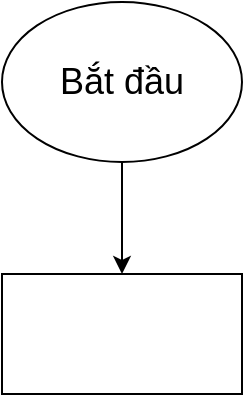
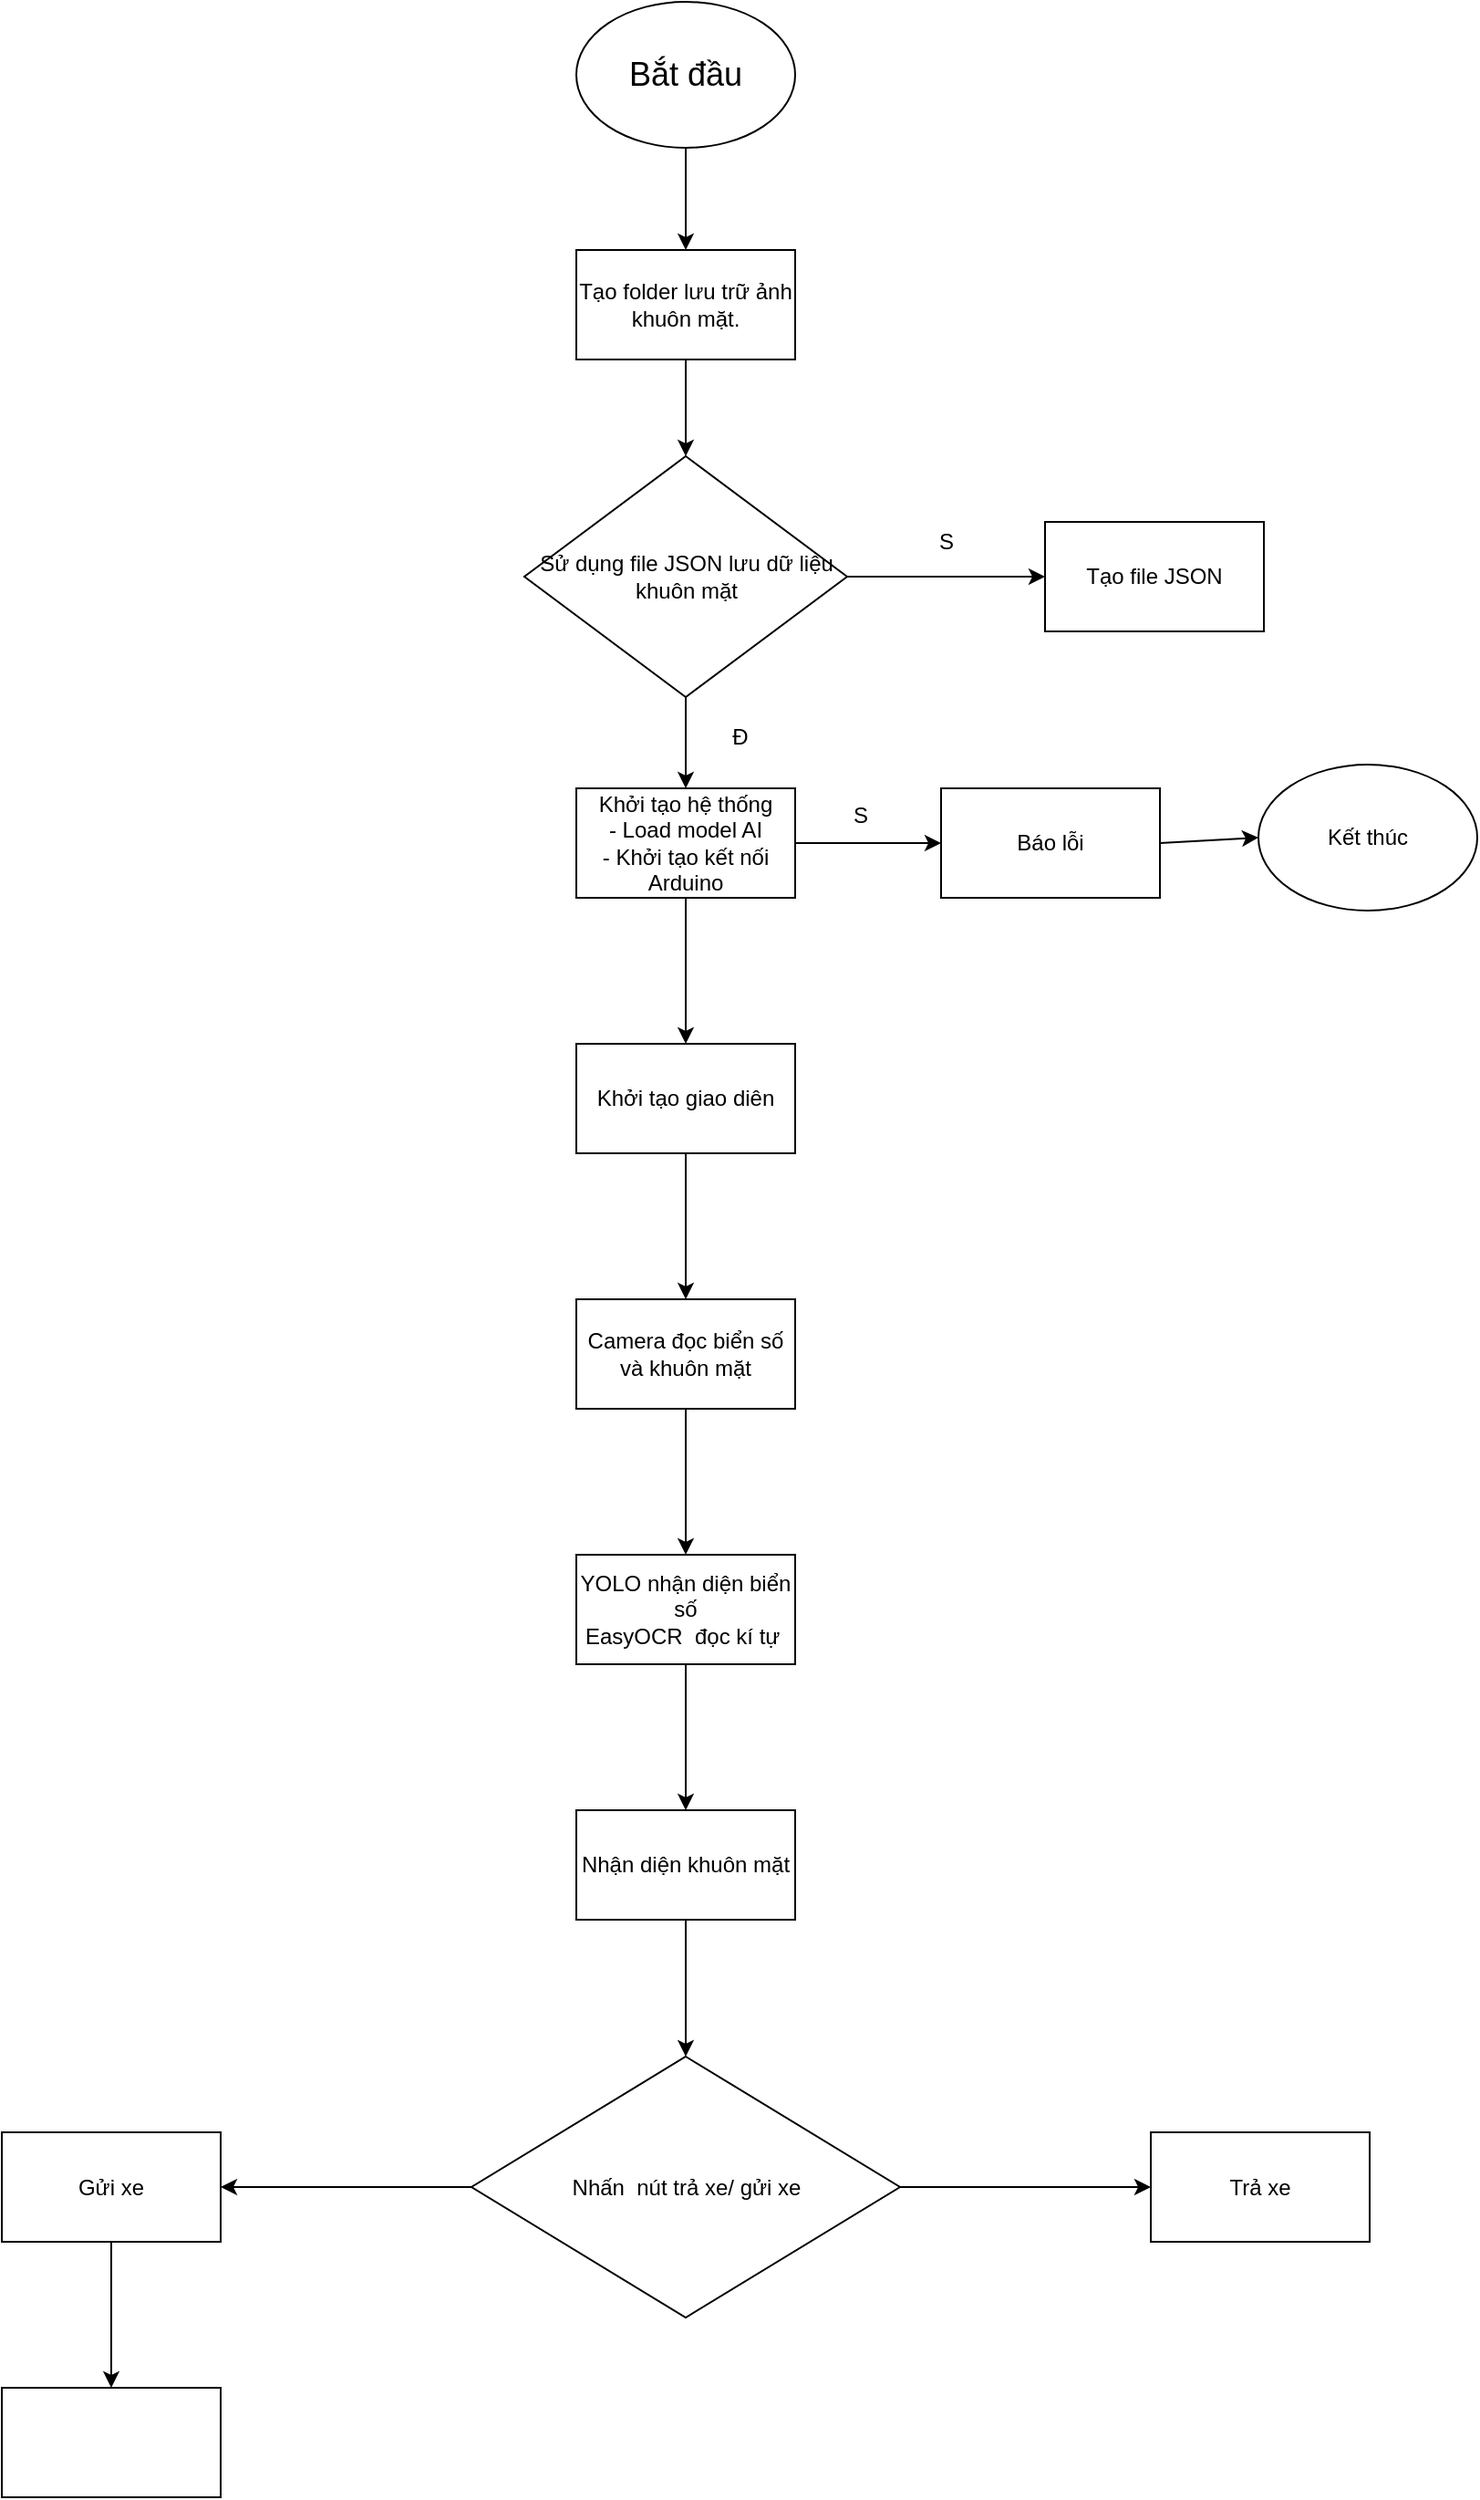
<mxfile host="app.diagrams.net">
  <diagram name="Page-1" id="DGyxEU7Gd1afNDstyDF_">
    <mxGraphModel dx="1572" dy="4168" grid="0" gridSize="10" guides="1" tooltips="1" connect="1" arrows="1" fold="1" page="1" pageScale="1" pageWidth="4681" pageHeight="3300" math="0" shadow="0">
      <root>
        <mxCell id="0" />
        <mxCell id="1" parent="0" />
        <mxCell id="uXg_nnq4Of7ZevpRBYAR-1" parent="1" style="ellipse;whiteSpace=wrap;html=1;" value="&lt;font style=&quot;font-size: 18px;&quot;&gt;Bắt đầu&lt;/font&gt;" vertex="1">
          <mxGeometry height="80" width="120" x="1457" y="-3272" as="geometry" />
        </mxCell>
-         <mxCell id="ARJTMiJBZuqtaoDLN08L-1" parent="1" style="rounded=0;whiteSpace=wrap;html=1;" value="" vertex="1">
+         <mxCell id="ARJTMiJBZuqtaoDLN08L-1" parent="1" style="rounded=0;whiteSpace=wrap;html=1;" value="Tạo folder lưu trữ ảnh khuôn mặt." vertex="1">
          <mxGeometry height="60" width="120" x="1457" y="-3136" as="geometry" />
        </mxCell>
        <mxCell id="ARJTMiJBZuqtaoDLN08L-2" edge="1" parent="1" source="uXg_nnq4Of7ZevpRBYAR-1" style="endArrow=classic;html=1;rounded=0;exitX=0.5;exitY=1;exitDx=0;exitDy=0;" target="ARJTMiJBZuqtaoDLN08L-1" value="">
          <mxGeometry height="50" relative="1" width="50" as="geometry">
            <mxPoint x="1672" y="-2733" as="sourcePoint" />
            <mxPoint x="1722" y="-2783" as="targetPoint" />
          </mxGeometry>
        </mxCell>
+         <mxCell id="ARJTMiJBZuqtaoDLN08L-15" edge="1" parent="1" source="ARJTMiJBZuqtaoDLN08L-4" style="edgeStyle=orthogonalEdgeStyle;rounded=0;orthogonalLoop=1;jettySize=auto;html=1;" target="ARJTMiJBZuqtaoDLN08L-14" value="">
+           <mxGeometry relative="1" as="geometry" />
+         </mxCell>
+         <mxCell id="ARJTMiJBZuqtaoDLN08L-20" edge="1" parent="1" source="ARJTMiJBZuqtaoDLN08L-4" style="edgeStyle=orthogonalEdgeStyle;rounded=0;orthogonalLoop=1;jettySize=auto;html=1;" target="ARJTMiJBZuqtaoDLN08L-19" value="">
+           <mxGeometry relative="1" as="geometry" />
+         </mxCell>
+         <mxCell id="ARJTMiJBZuqtaoDLN08L-4" parent="1" style="whiteSpace=wrap;html=1;rounded=0;" value="Khởi tạo hệ thống&lt;div&gt;- Load model AI&lt;/div&gt;&lt;div&gt;- Khởi tạo kết nối Arduino&lt;/div&gt;" vertex="1">
+           <mxGeometry height="60" width="120" x="1457" y="-2841" as="geometry" />
+         </mxCell>
+         <mxCell id="ARJTMiJBZuqtaoDLN08L-9" edge="1" parent="1" source="ARJTMiJBZuqtaoDLN08L-6" style="edgeStyle=orthogonalEdgeStyle;rounded=0;orthogonalLoop=1;jettySize=auto;html=1;" target="ARJTMiJBZuqtaoDLN08L-8" value="">
+           <mxGeometry relative="1" as="geometry" />
+         </mxCell>
+         <mxCell id="ARJTMiJBZuqtaoDLN08L-6" parent="1" style="rhombus;whiteSpace=wrap;html=1;" value="Sử dụng file JSON lưu dữ liệu khuôn mặt" vertex="1">
+           <mxGeometry height="132" width="177" x="1428.5" y="-3023" as="geometry" />
+         </mxCell>
+         <mxCell id="ARJTMiJBZuqtaoDLN08L-8" parent="1" style="whiteSpace=wrap;html=1;" value="Tạo file JSON" vertex="1">
+           <mxGeometry height="60" width="120" x="1714" y="-2987" as="geometry" />
+         </mxCell>
+         <mxCell id="ARJTMiJBZuqtaoDLN08L-10" edge="1" parent="1" source="ARJTMiJBZuqtaoDLN08L-1" style="endArrow=classic;html=1;rounded=0;exitX=0.5;exitY=1;exitDx=0;exitDy=0;" target="ARJTMiJBZuqtaoDLN08L-6" value="">
+           <mxGeometry height="50" relative="1" width="50" as="geometry">
+             <mxPoint x="1592" y="-2809" as="sourcePoint" />
+             <mxPoint x="1642" y="-2859" as="targetPoint" />
+           </mxGeometry>
+         </mxCell>
+         <mxCell id="ARJTMiJBZuqtaoDLN08L-11" parent="1" style="text;html=1;whiteSpace=wrap;strokeColor=none;fillColor=none;align=center;verticalAlign=middle;rounded=0;" value="S" vertex="1">
+           <mxGeometry height="30" width="60" x="1630" y="-2991" as="geometry" />
+         </mxCell>
+         <mxCell id="ARJTMiJBZuqtaoDLN08L-12" edge="1" parent="1" source="ARJTMiJBZuqtaoDLN08L-6" style="endArrow=classic;html=1;rounded=0;exitX=0.5;exitY=1;exitDx=0;exitDy=0;" target="ARJTMiJBZuqtaoDLN08L-4" value="">
+           <mxGeometry height="50" relative="1" width="50" as="geometry">
+             <mxPoint x="1592" y="-2809" as="sourcePoint" />
+             <mxPoint x="1642" y="-2859" as="targetPoint" />
+           </mxGeometry>
+         </mxCell>
+         <mxCell id="ARJTMiJBZuqtaoDLN08L-13" parent="1" style="text;html=1;whiteSpace=wrap;strokeColor=none;fillColor=none;align=center;verticalAlign=middle;rounded=0;" value="Đ" vertex="1">
+           <mxGeometry height="30" width="60" x="1517" y="-2884" as="geometry" />
+         </mxCell>
+         <mxCell id="ARJTMiJBZuqtaoDLN08L-14" parent="1" style="whiteSpace=wrap;html=1;rounded=0;" value="Báo lỗi" vertex="1">
+           <mxGeometry height="60" width="120" x="1657" y="-2841" as="geometry" />
+         </mxCell>
+         <mxCell id="ARJTMiJBZuqtaoDLN08L-16" parent="1" style="ellipse;whiteSpace=wrap;html=1;" value="Kết thúc" vertex="1">
+           <mxGeometry height="80" width="120" x="1831" y="-2854" as="geometry" />
+         </mxCell>
+         <mxCell id="ARJTMiJBZuqtaoDLN08L-17" edge="1" parent="1" source="ARJTMiJBZuqtaoDLN08L-14" style="endArrow=classic;html=1;rounded=0;exitX=1;exitY=0.5;exitDx=0;exitDy=0;entryX=0;entryY=0.5;entryDx=0;entryDy=0;" target="ARJTMiJBZuqtaoDLN08L-16" value="">
+           <mxGeometry height="50" relative="1" width="50" as="geometry">
+             <mxPoint x="1592" y="-2817" as="sourcePoint" />
+             <mxPoint x="1642" y="-2867" as="targetPoint" />
+           </mxGeometry>
+         </mxCell>
+         <mxCell id="ARJTMiJBZuqtaoDLN08L-18" parent="1" style="text;html=1;whiteSpace=wrap;strokeColor=none;fillColor=none;align=center;verticalAlign=middle;rounded=0;" value="S" vertex="1">
+           <mxGeometry height="30" width="60" x="1583" y="-2841" as="geometry" />
+         </mxCell>
+         <mxCell id="ARJTMiJBZuqtaoDLN08L-22" edge="1" parent="1" source="ARJTMiJBZuqtaoDLN08L-19" style="edgeStyle=orthogonalEdgeStyle;rounded=0;orthogonalLoop=1;jettySize=auto;html=1;" target="ARJTMiJBZuqtaoDLN08L-21" value="">
+           <mxGeometry relative="1" as="geometry" />
+         </mxCell>
+         <mxCell id="ARJTMiJBZuqtaoDLN08L-19" parent="1" style="whiteSpace=wrap;html=1;rounded=0;" value="Khởi tạo giao diên" vertex="1">
+           <mxGeometry height="60" width="120" x="1457" y="-2701" as="geometry" />
+         </mxCell>
+         <mxCell id="ARJTMiJBZuqtaoDLN08L-24" edge="1" parent="1" source="ARJTMiJBZuqtaoDLN08L-21" style="edgeStyle=orthogonalEdgeStyle;rounded=0;orthogonalLoop=1;jettySize=auto;html=1;" target="ARJTMiJBZuqtaoDLN08L-23" value="">
+           <mxGeometry relative="1" as="geometry" />
+         </mxCell>
+         <mxCell id="ARJTMiJBZuqtaoDLN08L-21" parent="1" style="whiteSpace=wrap;html=1;rounded=0;" value="Camera đọc biển số và khuôn mặt" vertex="1">
+           <mxGeometry height="60" width="120" x="1457" y="-2561" as="geometry" />
+         </mxCell>
+         <mxCell id="ARJTMiJBZuqtaoDLN08L-26" edge="1" parent="1" source="ARJTMiJBZuqtaoDLN08L-23" style="edgeStyle=orthogonalEdgeStyle;rounded=0;orthogonalLoop=1;jettySize=auto;html=1;" target="ARJTMiJBZuqtaoDLN08L-25" value="">
+           <mxGeometry relative="1" as="geometry" />
+         </mxCell>
+         <mxCell id="ARJTMiJBZuqtaoDLN08L-23" parent="1" style="whiteSpace=wrap;html=1;rounded=0;" value="YOLO nhận diện biển số&lt;div&gt;EasyOCR&amp;nbsp; đọc kí tự&amp;nbsp;&lt;/div&gt;" vertex="1">
+           <mxGeometry height="60" width="120" x="1457" y="-2421" as="geometry" />
+         </mxCell>
+         <mxCell id="ARJTMiJBZuqtaoDLN08L-28" edge="1" parent="1" source="ARJTMiJBZuqtaoDLN08L-25" style="edgeStyle=orthogonalEdgeStyle;rounded=0;orthogonalLoop=1;jettySize=auto;html=1;" target="ARJTMiJBZuqtaoDLN08L-27" value="">
+           <mxGeometry relative="1" as="geometry" />
+         </mxCell>
+         <mxCell id="ARJTMiJBZuqtaoDLN08L-25" parent="1" style="whiteSpace=wrap;html=1;rounded=0;" value="Nhận diện khuôn mặt" vertex="1">
+           <mxGeometry height="60" width="120" x="1457" y="-2281" as="geometry" />
+         </mxCell>
+         <mxCell id="ARJTMiJBZuqtaoDLN08L-30" edge="1" parent="1" source="ARJTMiJBZuqtaoDLN08L-27" style="edgeStyle=orthogonalEdgeStyle;rounded=0;orthogonalLoop=1;jettySize=auto;html=1;" target="ARJTMiJBZuqtaoDLN08L-29" value="">
+           <mxGeometry relative="1" as="geometry" />
+         </mxCell>
+         <mxCell id="ARJTMiJBZuqtaoDLN08L-32" edge="1" parent="1" source="ARJTMiJBZuqtaoDLN08L-27" style="edgeStyle=orthogonalEdgeStyle;rounded=0;orthogonalLoop=1;jettySize=auto;html=1;" target="ARJTMiJBZuqtaoDLN08L-31" value="">
+           <mxGeometry relative="1" as="geometry" />
+         </mxCell>
+         <mxCell id="ARJTMiJBZuqtaoDLN08L-27" parent="1" style="rhombus;whiteSpace=wrap;html=1;rounded=0;" value="Nhấn&amp;nbsp; nút trả xe/ gửi xe" vertex="1">
+           <mxGeometry height="143" width="235" x="1399.5" y="-2146" as="geometry" />
+         </mxCell>
+         <mxCell id="ARJTMiJBZuqtaoDLN08L-35" edge="1" parent="1" source="ARJTMiJBZuqtaoDLN08L-29" style="edgeStyle=orthogonalEdgeStyle;rounded=0;orthogonalLoop=1;jettySize=auto;html=1;" target="ARJTMiJBZuqtaoDLN08L-34" value="">
+           <mxGeometry relative="1" as="geometry" />
+         </mxCell>
+         <mxCell id="ARJTMiJBZuqtaoDLN08L-29" parent="1" style="whiteSpace=wrap;html=1;rounded=0;" value="Gửi xe" vertex="1">
+           <mxGeometry height="60" width="120" x="1142" y="-2104.5" as="geometry" />
+         </mxCell>
+         <mxCell id="ARJTMiJBZuqtaoDLN08L-31" parent="1" style="whiteSpace=wrap;html=1;rounded=0;" value="Trả xe" vertex="1">
+           <mxGeometry height="60" width="120" x="1772" y="-2104.5" as="geometry" />
+         </mxCell>
+         <mxCell id="ARJTMiJBZuqtaoDLN08L-34" parent="1" style="whiteSpace=wrap;html=1;rounded=0;" value="" vertex="1">
+           <mxGeometry height="60" width="120" x="1142" y="-1964.5" as="geometry" />
+         </mxCell>
      </root>
    </mxGraphModel>
  </diagram>
</mxfile>
